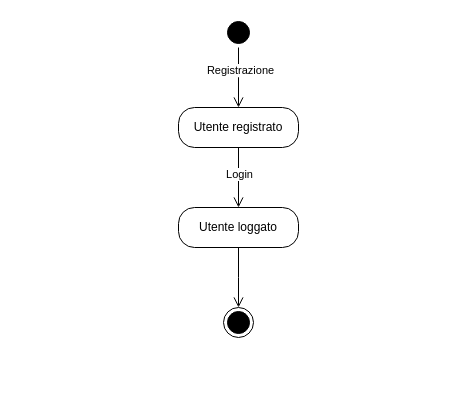
Before: state1.drawio in alexbnls/progetto-is, a draw.io diagram. Source tidied: cells renumbered, new cells numbered last; positions are measured from the earlier drawing's top-left corner, leaving out a move shared by most shapes. Both pictures are drawn from the tidied source at 100%, with x=0, y=0 at pixel (178, 17).
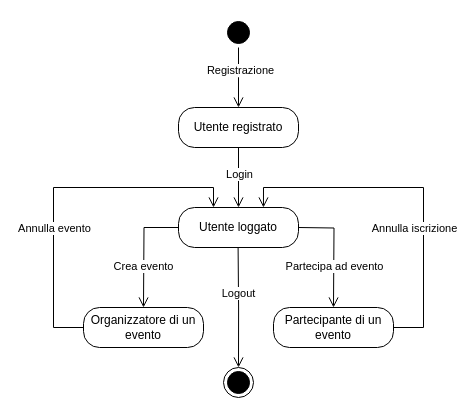
Above is the later version.

The edit, as a diff of the source:
```diff
@@
     <mxCell id="5" style="ellipse;html=1;shape=endState;fillColor=#000000;strokeColor=#000000;" parent="1" vertex="1">
-      <mxGeometry x="45" y="290" width="30" height="30" as="geometry" />
+      <mxGeometry x="45" y="350" width="30" height="30" as="geometry" />
     </mxCell>
@@
-    <mxCell id="9" value="Utente loggato" style="rounded=1;whiteSpace=wrap;html=1;arcSize=40;" parent="1" vertex="1">
+    <mxCell id="9" value="&lt;div&gt;Utente loggato&lt;/div&gt;" style="rounded=1;whiteSpace=wrap;html=1;arcSize=40;" parent="1" vertex="1">
       <mxGeometry y="190" width="120" height="40" as="geometry" />
     </mxCell>
     <mxCell id="10" style="edgeStyle=orthogonalEdgeStyle;html=1;verticalAlign=bottom;endArrow=open;endSize=8;rounded=0;" parent="1" edge="1" source="9">
       <mxGeometry relative="1" as="geometry">
-        <mxPoint x="60" y="290" as="targetPoint" />
+        <mxPoint x="-35" y="290" as="targetPoint" />
       </mxGeometry>
     </mxCell>
+    <mxCell id="11" value="Crea evento" style="edgeLabel;html=1;align=center;verticalAlign=middle;" parent="10" vertex="1">
+      <mxGeometry x="0.27" y="-1" relative="1" as="geometry" />
+    </mxCell>
+    <mxCell id="12" style="edgeStyle=orthogonalEdgeStyle;html=1;verticalAlign=bottom;endArrow=open;endSize=8;rounded=0;" parent="1" edge="1" target="5">
+      <mxGeometry relative="1" as="geometry">
+        <mxPoint x="59.6" y="230" as="sourcePoint" />
+      </mxGeometry>
+    </mxCell>
+    <mxCell id="13" value="Logout" style="edgeLabel;html=1;align=center;verticalAlign=middle;" parent="12" vertex="1">
+      <mxGeometry x="-0.23" y="2" relative="1" as="geometry">
+        <mxPoint x="-2" as="offset" />
+      </mxGeometry>
+    </mxCell>
+    <mxCell id="14" style="edgeStyle=orthogonalEdgeStyle;html=1;verticalAlign=bottom;endArrow=open;endSize=8;rounded=0;" parent="1" edge="1">
+      <mxGeometry relative="1" as="geometry">
+        <mxPoint x="120" y="210" as="sourcePoint" />
+        <mxPoint x="155" y="290" as="targetPoint" />
+      </mxGeometry>
+    </mxCell>
+    <mxCell id="15" value="&lt;div&gt;Partecipa ad evento&lt;/div&gt;" style="edgeLabel;html=1;align=center;verticalAlign=middle;" parent="14" vertex="1">
+      <mxGeometry x="0.13" y="1" relative="1" as="geometry">
+        <mxPoint x="-1" y="8" as="offset" />
+      </mxGeometry>
+    </mxCell>
+    <mxCell id="16" value="Organizzatore di un evento" style="rounded=1;whiteSpace=wrap;html=1;arcSize=40;" parent="1" vertex="1">
+      <mxGeometry x="-95" y="290" width="120" height="40" as="geometry" />
+    </mxCell>
+    <mxCell id="17" value="Partecipante di un evento" style="rounded=1;whiteSpace=wrap;html=1;arcSize=40;" parent="1" vertex="1">
+      <mxGeometry x="95" y="290" width="120" height="40" as="geometry" />
+    </mxCell>
+    <mxCell id="18" style="edgeStyle=orthogonalEdgeStyle;html=1;verticalAlign=bottom;endArrow=open;endSize=8;rounded=0;entryX=0.708;entryY=0;entryDx=0;entryDy=0;entryPerimeter=0;" parent="1" edge="1" target="9">
+      <mxGeometry relative="1" as="geometry">
+        <mxPoint x="215" y="310" as="sourcePoint" />
+        <Array as="points">
+          <mxPoint x="245" y="310" />
+          <mxPoint x="245" y="170" />
+          <mxPoint x="85" y="170" />
+        </Array>
+      </mxGeometry>
+    </mxCell>
+    <mxCell id="19" value="Annulla iscrizione" style="edgeLabel;html=1;align=center;verticalAlign=middle;" parent="18" vertex="1">
+      <mxGeometry x="0.13" y="1" relative="1" as="geometry">
+        <mxPoint x="18" y="39" as="offset" />
+      </mxGeometry>
+    </mxCell>
+    <mxCell id="20" style="edgeStyle=orthogonalEdgeStyle;html=1;verticalAlign=bottom;endArrow=open;endSize=8;rounded=0;entryX=0.708;entryY=0;entryDx=0;entryDy=0;entryPerimeter=0;" parent="1" edge="1">
+      <mxGeometry relative="1" as="geometry">
+        <mxPoint x="-95" y="310" as="sourcePoint" />
+        <mxPoint x="35" y="190" as="targetPoint" />
+        <Array as="points">
+          <mxPoint x="-125" y="310" />
+          <mxPoint x="-125" y="170" />
+          <mxPoint x="35" y="170" />
+        </Array>
+      </mxGeometry>
+    </mxCell>
+    <mxCell id="21" value="Annulla evento" style="edgeLabel;html=1;align=center;verticalAlign=middle;" parent="20" vertex="1">
+      <mxGeometry x="0.13" y="1" relative="1" as="geometry">
+        <mxPoint x="-28" y="41" as="offset" />
+      </mxGeometry>
+    </mxCell>
```
